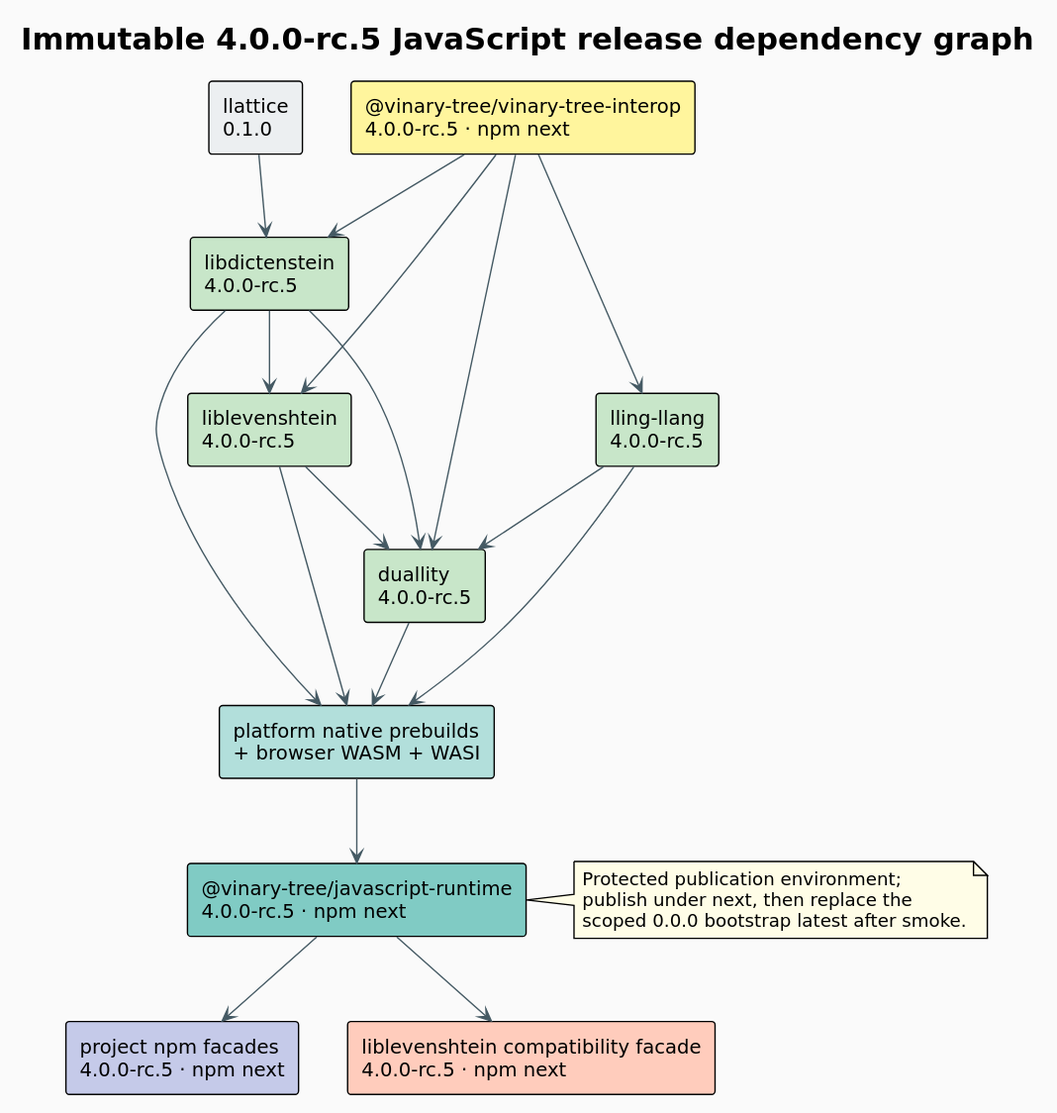
The PlantUML diagram docs/diagrams/release-dependency-graph.svg in vinary-tree/javascript-runtime, before a commit. The source it was exported from:
```plantuml
@startuml
!theme plain
skinparam backgroundColor #FAFAFA
skinparam shadowing false
skinparam ArrowColor #455A64
skinparam defaultFontName DejaVu Sans
title Immutable 4.0.0-rc.5 JavaScript release dependency graph

rectangle "llattice\n0.1.0" as lattice #ECEFF1
rectangle "@vinary-tree/vinary-tree-interop\n4.0.0-rc.5 · npm next" as interop #FFF59D
rectangle "libdictenstein\n4.0.0-rc.5" as dict #C8E6C9
rectangle "liblevenshtein\n4.0.0-rc.5" as lev #C8E6C9
rectangle "lling-llang\n4.0.0-rc.5" as lling #C8E6C9
rectangle "duallity\n4.0.0-rc.5" as dual #C8E6C9
rectangle "platform native prebuilds\n+ browser WASM + WASI" as artifacts #B2DFDB
rectangle "@vinary-tree/javascript-runtime\n4.0.0-rc.5 · npm next" as runtime #80CBC4
rectangle "project npm facades\n4.0.0-rc.5 · npm next" as facades #C5CAE9
rectangle "liblevenshtein compatibility facade\n4.0.0-rc.5 · npm next" as legacy #FFCCBC

lattice --> dict
interop --> dict
interop --> lev
interop --> lling
interop --> dual
dict --> lev
dict --> dual
lev --> dual
lling --> dual
dict --> artifacts
lev --> artifacts
lling --> artifacts
dual --> artifacts
artifacts --> runtime
runtime --> facades
runtime --> legacy

note right of runtime #FFFDE7
  Protected publication environment;
  publish under next, then replace the
  scoped 0.0.0 bootstrap latest after smoke.
end note
@enduml
```
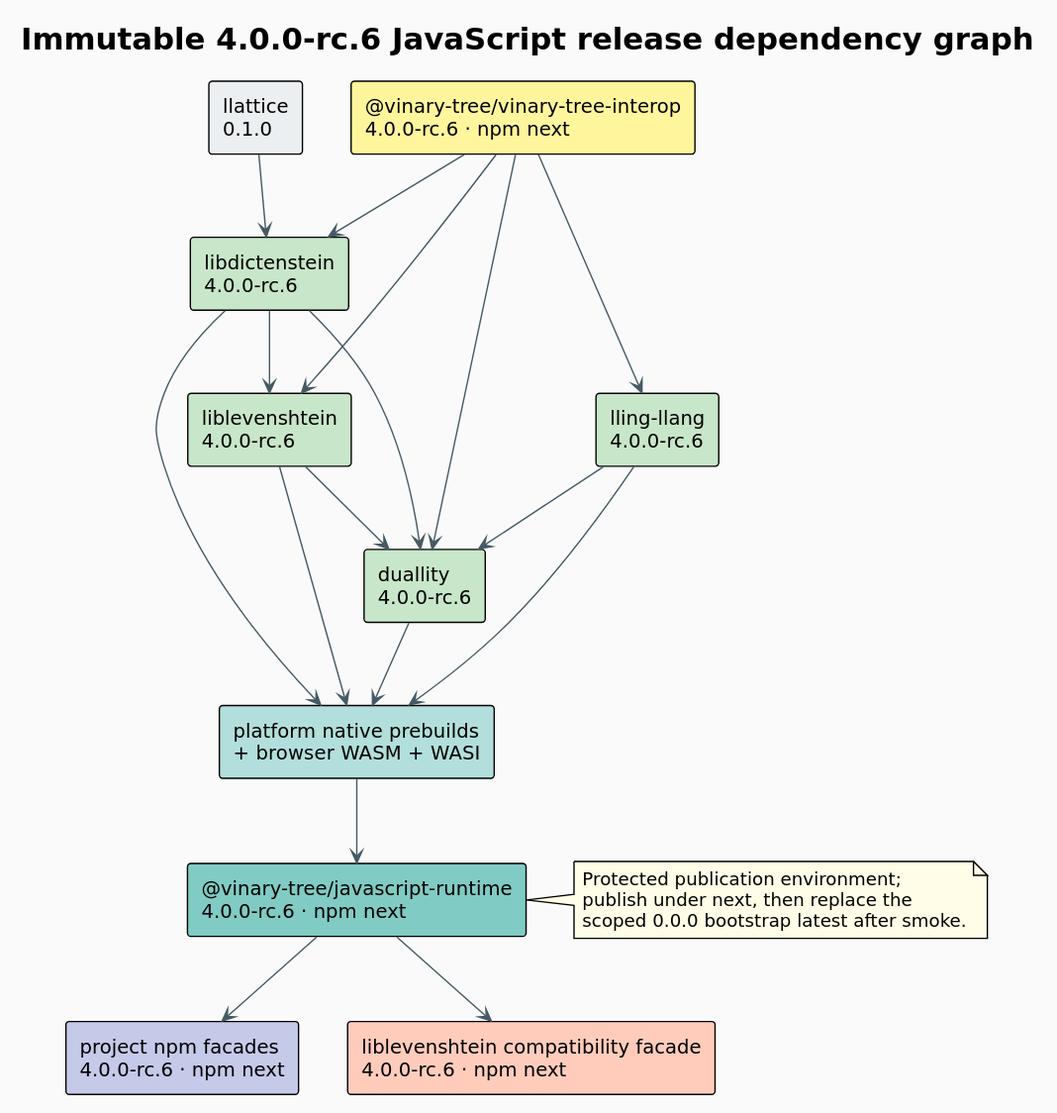
Above is the later version.

What changed in the source:
```diff
@@ -4,18 +4,18 @@
 skinparam shadowing false
 skinparam ArrowColor #455A64
 skinparam defaultFontName DejaVu Sans
-title Immutable 4.0.0-rc.5 JavaScript release dependency graph
+title Immutable 4.0.0-rc.6 JavaScript release dependency graph
 
 rectangle "llattice\n0.1.0" as lattice #ECEFF1
-rectangle "@vinary-tree/vinary-tree-interop\n4.0.0-rc.5 · npm next" as interop #FFF59D
-rectangle "libdictenstein\n4.0.0-rc.5" as dict #C8E6C9
-rectangle "liblevenshtein\n4.0.0-rc.5" as lev #C8E6C9
-rectangle "lling-llang\n4.0.0-rc.5" as lling #C8E6C9
-rectangle "duallity\n4.0.0-rc.5" as dual #C8E6C9
+rectangle "@vinary-tree/vinary-tree-interop\n4.0.0-rc.6 · npm next" as interop #FFF59D
+rectangle "libdictenstein\n4.0.0-rc.6" as dict #C8E6C9
+rectangle "liblevenshtein\n4.0.0-rc.6" as lev #C8E6C9
+rectangle "lling-llang\n4.0.0-rc.6" as lling #C8E6C9
+rectangle "duallity\n4.0.0-rc.6" as dual #C8E6C9
 rectangle "platform native prebuilds\n+ browser WASM + WASI" as artifacts #B2DFDB
-rectangle "@vinary-tree/javascript-runtime\n4.0.0-rc.5 · npm next" as runtime #80CBC4
-rectangle "project npm facades\n4.0.0-rc.5 · npm next" as facades #C5CAE9
-rectangle "liblevenshtein compatibility facade\n4.0.0-rc.5 · npm next" as legacy #FFCCBC
+rectangle "@vinary-tree/javascript-runtime\n4.0.0-rc.6 · npm next" as runtime #80CBC4
+rectangle "project npm facades\n4.0.0-rc.6 · npm next" as facades #C5CAE9
+rectangle "liblevenshtein compatibility facade\n4.0.0-rc.6 · npm next" as legacy #FFCCBC
 
 lattice --> dict
 interop --> dict
```
